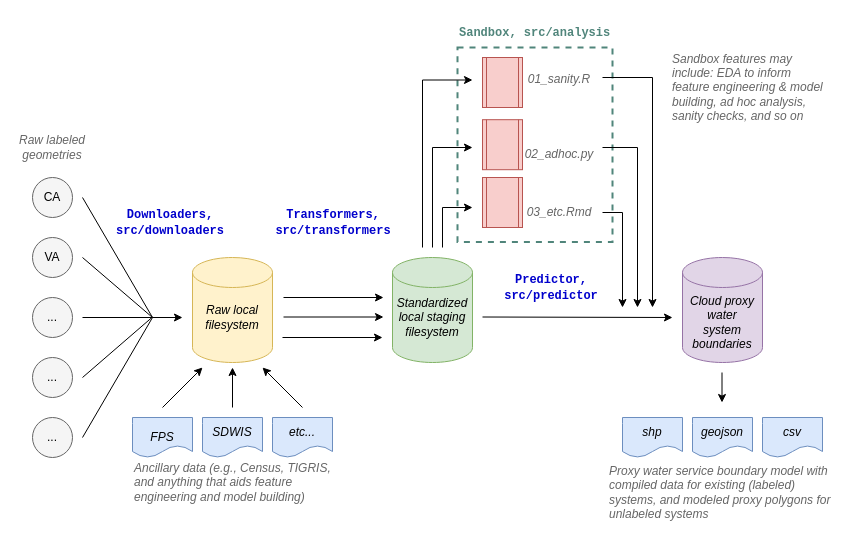
richpauloo/drawio keeps this draw.io diagram as wsb.drawio. Above is the earlier version. Source tidied: cells renumbered, new cells numbered last; positions are measured from the earlier drawing's top-left corner, leaving out a move shared by most shapes. Both pictures are drawn from the tidied source at 100%, with x=0, y=0 at pixel (17, 17).
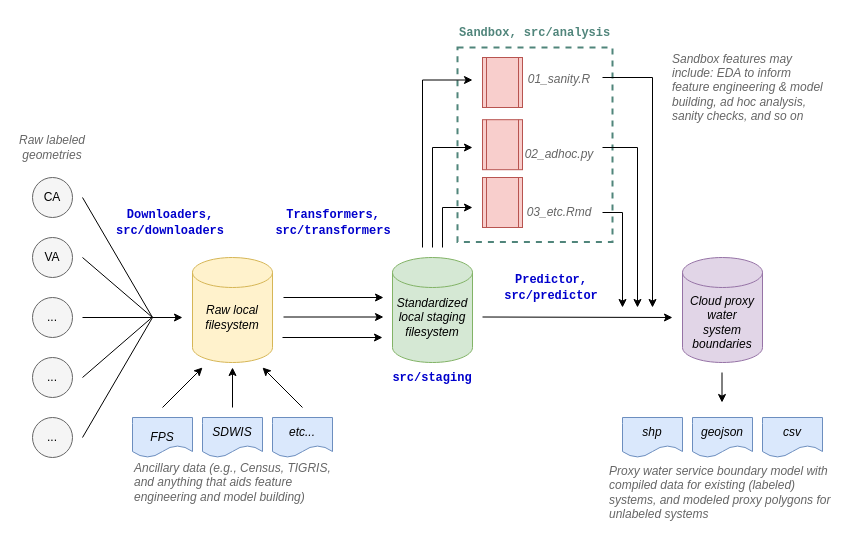
The same page after the edit.

Change to the diagram source:
```diff
@@
+    <mxCell id="65" value="&lt;b&gt;&lt;font face=&quot;Courier New&quot;&gt;src/staging&lt;br&gt;&lt;/font&gt;&lt;/b&gt;" style="text;html=1;strokeColor=none;fillColor=none;align=center;verticalAlign=middle;whiteSpace=wrap;rounded=0;fontColor=#0000CC;" parent="1" vertex="1">
+      <mxGeometry x="385" y="345" width="60" height="30" as="geometry" />
+    </mxCell>
```
